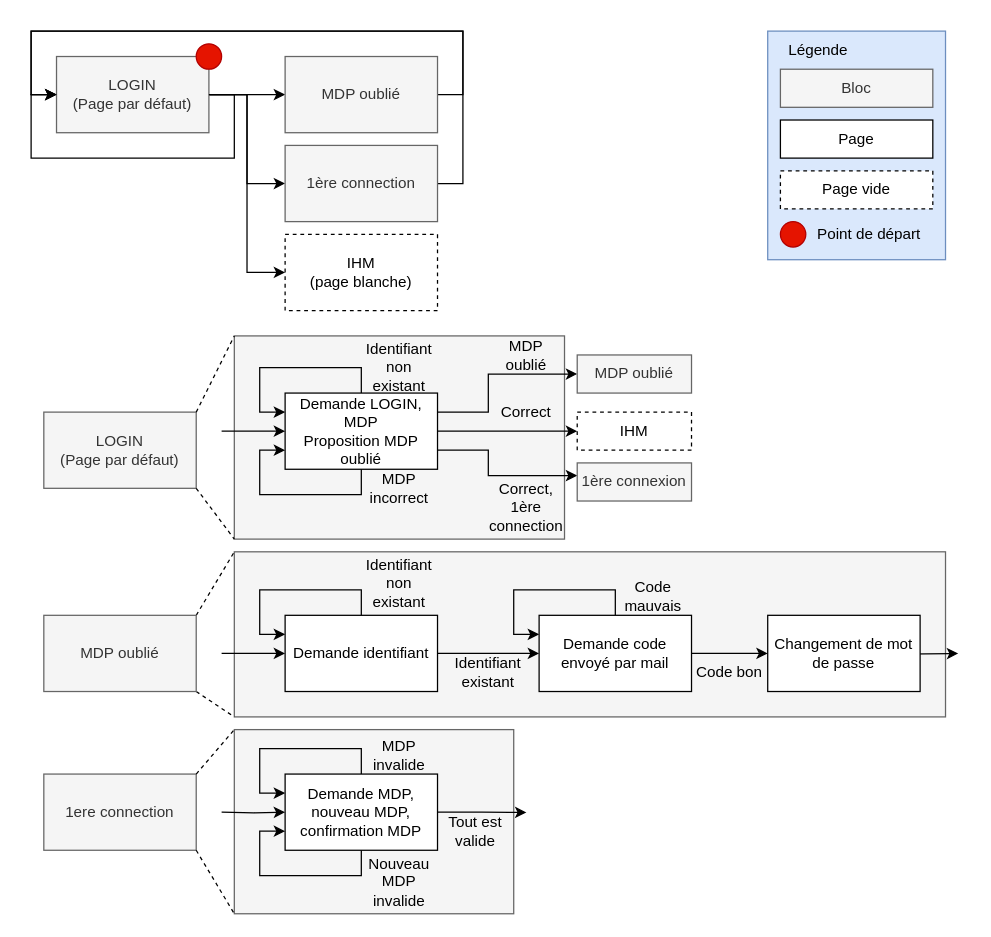
fetohiaras/projet-genilog-is keeps this draw.io diagram as scenario/scenario.1.0.0.drawio. Above is the earlier version. Source tidied: cells renumbered, new cells numbered last; positions are measured from the earlier drawing's top-left corner, leaving out a move shared by most shapes. Both pictures are drawn from the tidied source at 127%, with x=0, y=0 at pixel (30, 30).
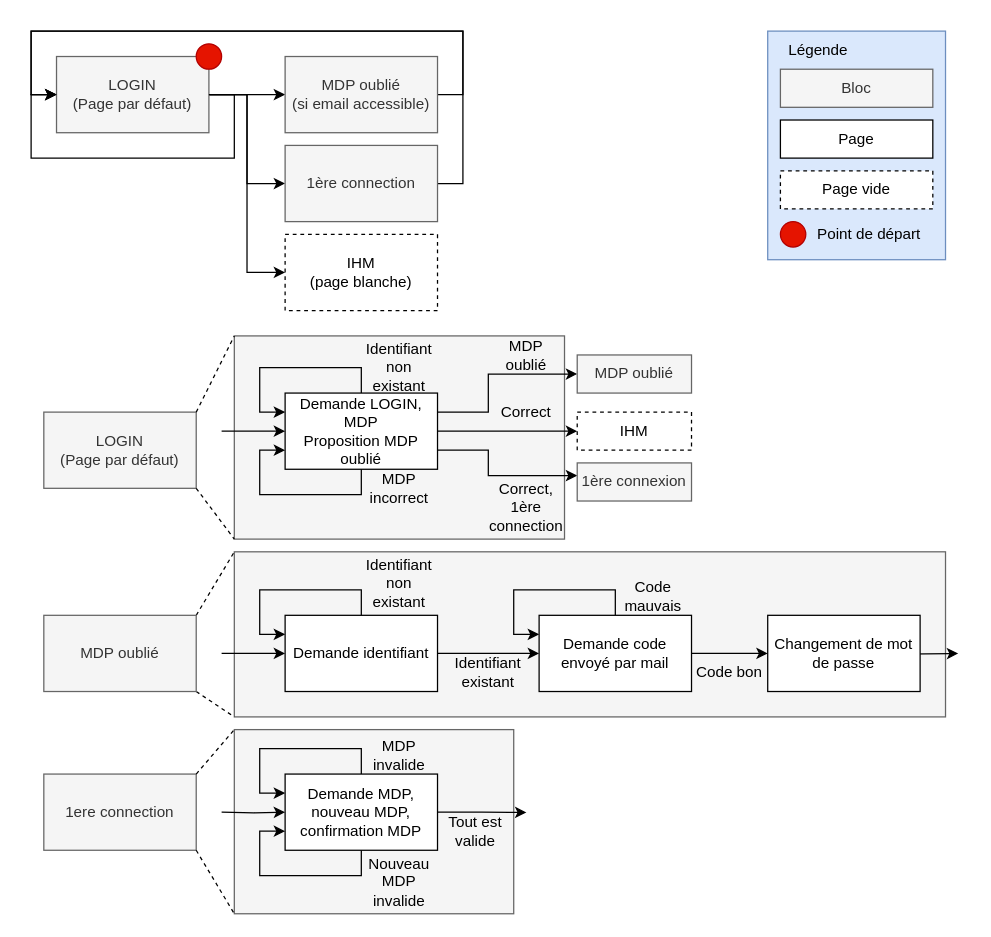
After the change.

Commit message (it also covers changes not shown here):
[UPDATE] Made "Forgotten password" dependent on email availability

Diff of the diagram source:
```diff
@@
-    <mxCell id="11" value="MDP oublié" style="rounded=0;whiteSpace=wrap;html=1;fillColor=#f5f5f5;fontColor=#333333;strokeColor=#666666;" parent="1" vertex="1">
+    <mxCell id="11" value="MDP oublié&lt;div&gt;(si email accessible)&lt;/div&gt;" style="rounded=0;whiteSpace=wrap;html=1;fillColor=#f5f5f5;fontColor=#333333;strokeColor=#666666;" parent="1" vertex="1">
       <mxGeometry x="200" y="20" width="120" height="60" as="geometry" />
     </mxCell>
```
